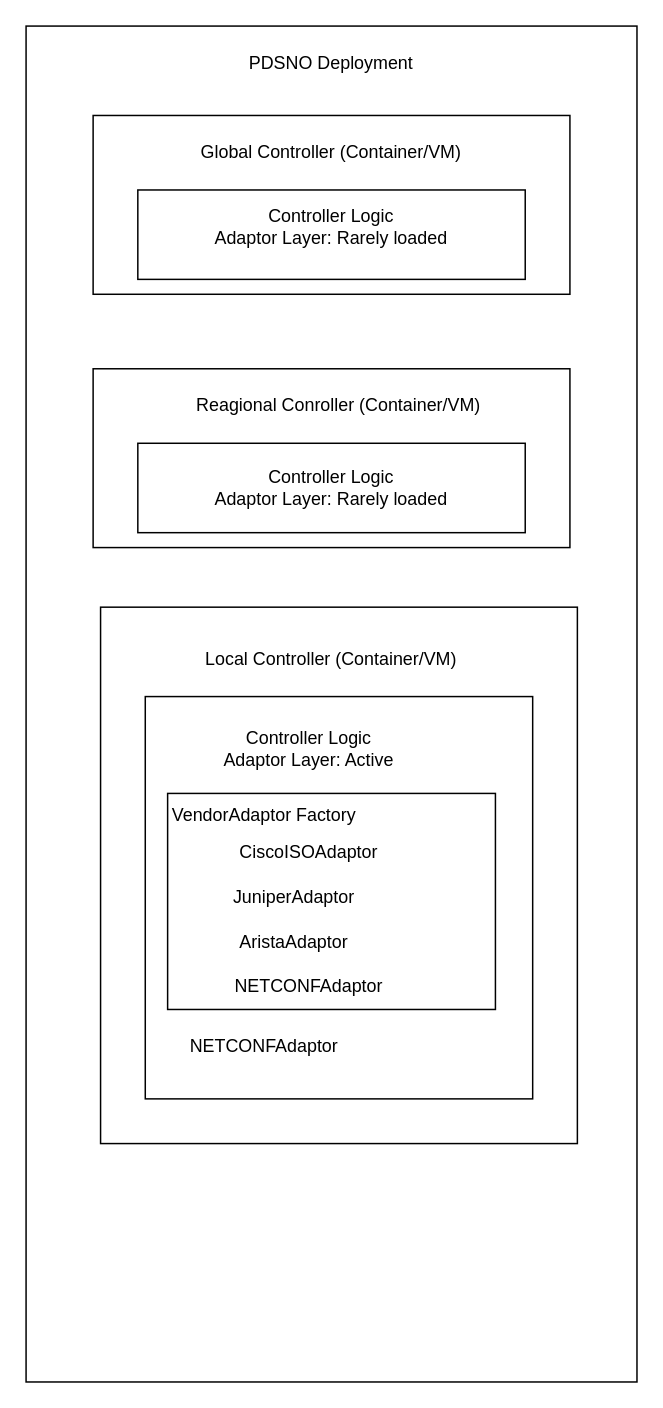
Before: docs/architecture/VAAL_adaptor_diagrams/deployment_view.drawio in preacher1045/Partially-Distributed-Smart-Network-Optimizer-PDSNO-, a draw.io diagram. Source tidied: cells renumbered, new cells numbered last; positions are measured from the earlier drawing's top-left corner, leaving out a move shared by most shapes. Both pictures are drawn from the tidied source at 149%, with x=0, y=0 at pixel (25, 25).
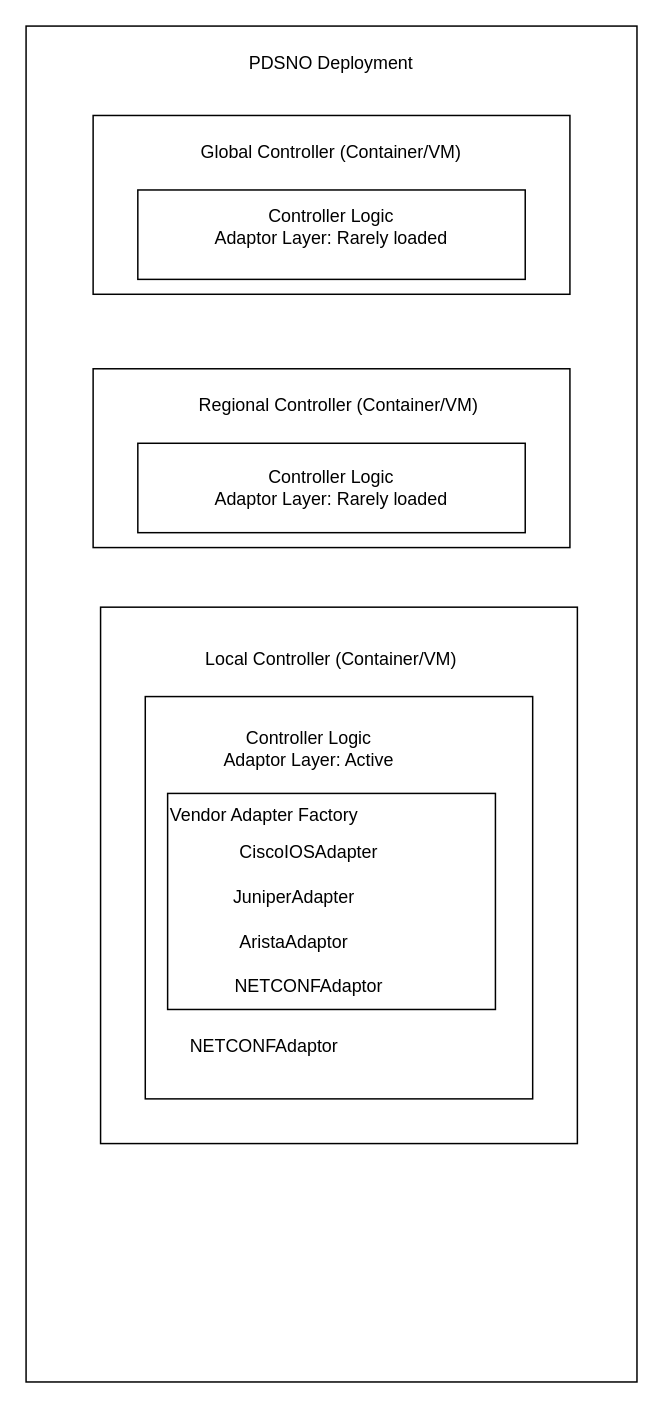
After the change.

The edit, as a diff of the source:
```diff
@@
-    <mxCell id="13" value="Reagional Conroller (Container/VM)" style="text;html=1;align=center;verticalAlign=middle;whiteSpace=wrap;rounded=0;" parent="1" vertex="1">
+    <mxCell id="13" value="Regional Controller (Container/VM)" style="text;html=1;align=center;verticalAlign=middle;whiteSpace=wrap;rounded=0;" parent="1" vertex="1">
       <mxGeometry x="110" y="240" width="200" height="30" as="geometry" />
     </mxCell>
@@
-    <mxCell id="15" value="VendorAdaptor Factory" style="text;html=1;align=center;verticalAlign=middle;whiteSpace=wrap;rounded=0;" parent="1" vertex="1">
+    <mxCell id="15" value="Vendor Adapter Factory" style="text;html=1;align=center;verticalAlign=middle;whiteSpace=wrap;rounded=0;" parent="1" vertex="1">
       <mxGeometry x="95" y="515" width="130" height="30" as="geometry" />
     </mxCell>
@@
-    <mxCell id="18" value="CiscoISOAdaptor" style="text;html=1;align=center;verticalAlign=middle;whiteSpace=wrap;rounded=0;" parent="1" vertex="1">
+    <mxCell id="18" value="CiscoIOSAdapter" style="text;html=1;align=center;verticalAlign=middle;whiteSpace=wrap;rounded=0;" parent="1" vertex="1">
       <mxGeometry x="125" y="540" width="130" height="30" as="geometry" />
     </mxCell>
-    <mxCell id="19" value="JuniperAdaptor" style="text;html=1;align=center;verticalAlign=middle;whiteSpace=wrap;rounded=0;" parent="1" vertex="1">
+    <mxCell id="19" value="JuniperAdapter" style="text;html=1;align=center;verticalAlign=middle;whiteSpace=wrap;rounded=0;" parent="1" vertex="1">
       <mxGeometry x="115" y="570" width="130" height="30" as="geometry" />
     </mxCell>
```
